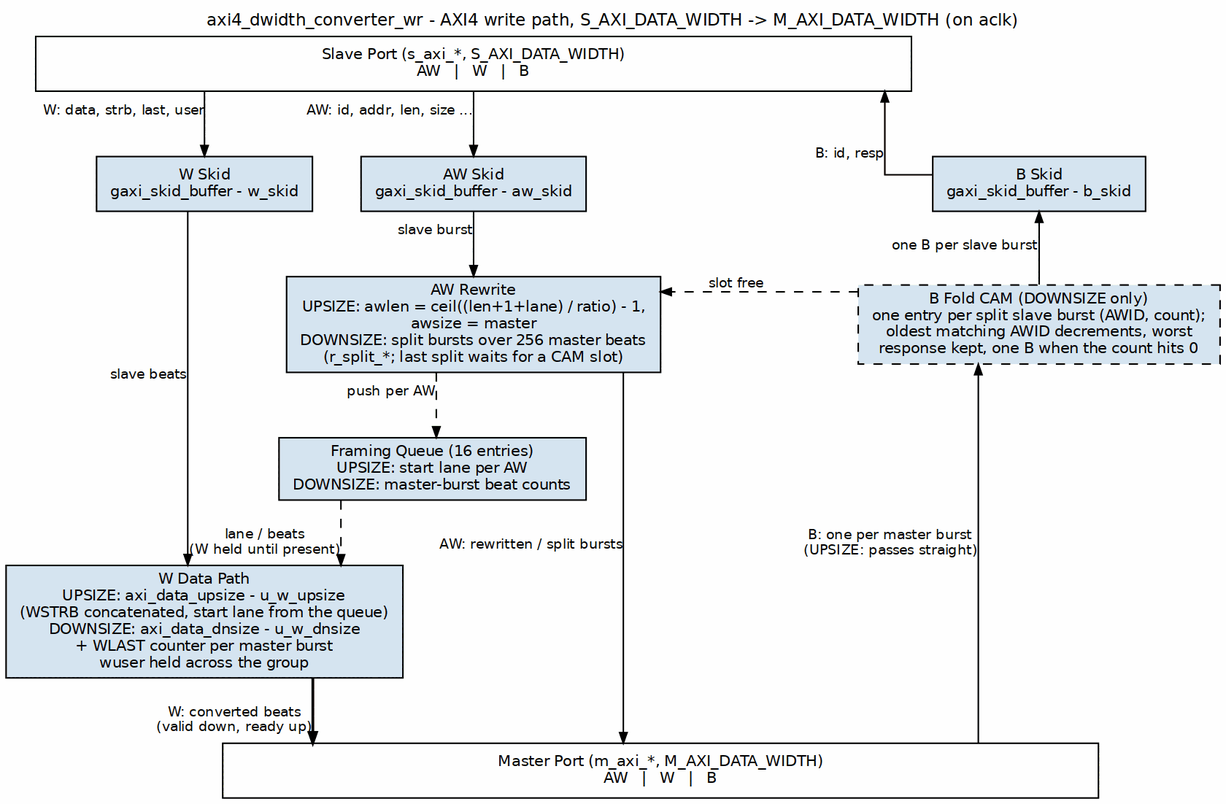
Before: projects/components/utility-ip/converters/docs/converter_mas/assets/graphviz/axi4_dwidth_converter_wr.png, a diagram exported from Graphviz (sean-galloway/RTLDesignSherpa). Its source is kept beside it as projects/components/utility-ip/converters/docs/converter_mas/assets/graphviz/axi4_dwidth_converter_wr.dot. Its diagram source:
```dot
digraph axi4_dwidth_converter_wr {
    graph [rankdir=TB, bgcolor="white", fontname="Helvetica", fontsize=11,
           nodesep="0.45", ranksep="0.60", splines=ortho, newrank=true,
           labelloc=t, labeljust=c];
    node  [fontname="Helvetica", fontsize=10, shape=box, style=filled,
           fillcolor="#D6E4F0", color="black", margin="0.12,0.06"];
    edge  [fontname="Helvetica", fontsize=9, color="black", arrowsize=0.7];
    label="axi4_dwidth_converter_wr - AXI4 write path, S_AXI_DATA_WIDTH -> M_AXI_DATA_WIDTH (on aclk)";

    s   [label="Slave Port (s_axi_*, S_AXI_DATA_WIDTH)\nAW   |   W   |   B", fillcolor="white", width=8.0];

    wsk [label="W Skid\ngaxi_skid_buffer - w_skid", group=W];
    ask [label="AW Skid\ngaxi_skid_buffer - aw_skid", group=A];
    bsk [label="B Skid\ngaxi_skid_buffer - b_skid", group=B];

    aw  [label="AW Rewrite\nUPSIZE: awlen = ceil((len+1+lane) / ratio) - 1,\nawsize = master\nDOWNSIZE: split bursts over 256 master beats\n(r_split_*; last split waits for a CAM slot)", group=A];
    q   [label="Framing Queue (16 entries)\nUPSIZE: start lane per AW\nDOWNSIZE: master-burst beat counts", group=Q];
    w   [label="W Data Path\nUPSIZE: axi_data_upsize - u_w_upsize\n(WSTRB concatenated, start lane from the queue)\nDOWNSIZE: axi_data_dnsize - u_w_dnsize\n+ WLAST counter per master burst\nwuser held across the group", group=W];
    cam [label="B Fold CAM (DOWNSIZE only)\none entry per split slave burst (AWID, count);\noldest matching AWID decrements, worst\nresponse kept, one B when the count hits 0", style="filled,dashed", group=B];

    m   [label="Master Port (m_axi_*, M_AXI_DATA_WIDTH)\nAW   |   W   |   B", fillcolor="white", width=8.0];

    s   -> wsk [xlabel="W: data, strb, last, user"];
    wsk -> w   [xlabel="slave beats"];
    w   -> m   [xlabel="W: converted beats\n(valid down, ready up)", penwidth=1.8];

    s   -> ask [xlabel="AW: id, addr, len, size ..."];
    ask -> aw  [xlabel="slave burst"];
    aw  -> m   [xlabel="AW: rewritten / split bursts"];
    aw  -> q   [style=dashed, xlabel="push per AW"];
    q   -> w   [style=dashed, xlabel="lane / beats\n(W held until present)"];

    s   -> bsk [dir=back, xlabel="B: id, resp"];
    bsk -> cam [dir=back, xlabel="one B per slave burst"];
    cam -> m   [dir=back, xlabel="B: one per master burst\n(UPSIZE: passes straight)"];
    cam -> aw  [style=dashed, constraint=false, xlabel="slot free"];

    { rank=same; wsk; ask; bsk; }
    sp [label="", width=0.9, style=invis];
    { rank=same; aw; sp; cam; }
    aw -> sp -> cam [style=invis];
    wsk -> ask -> bsk [style=invis];
}
```
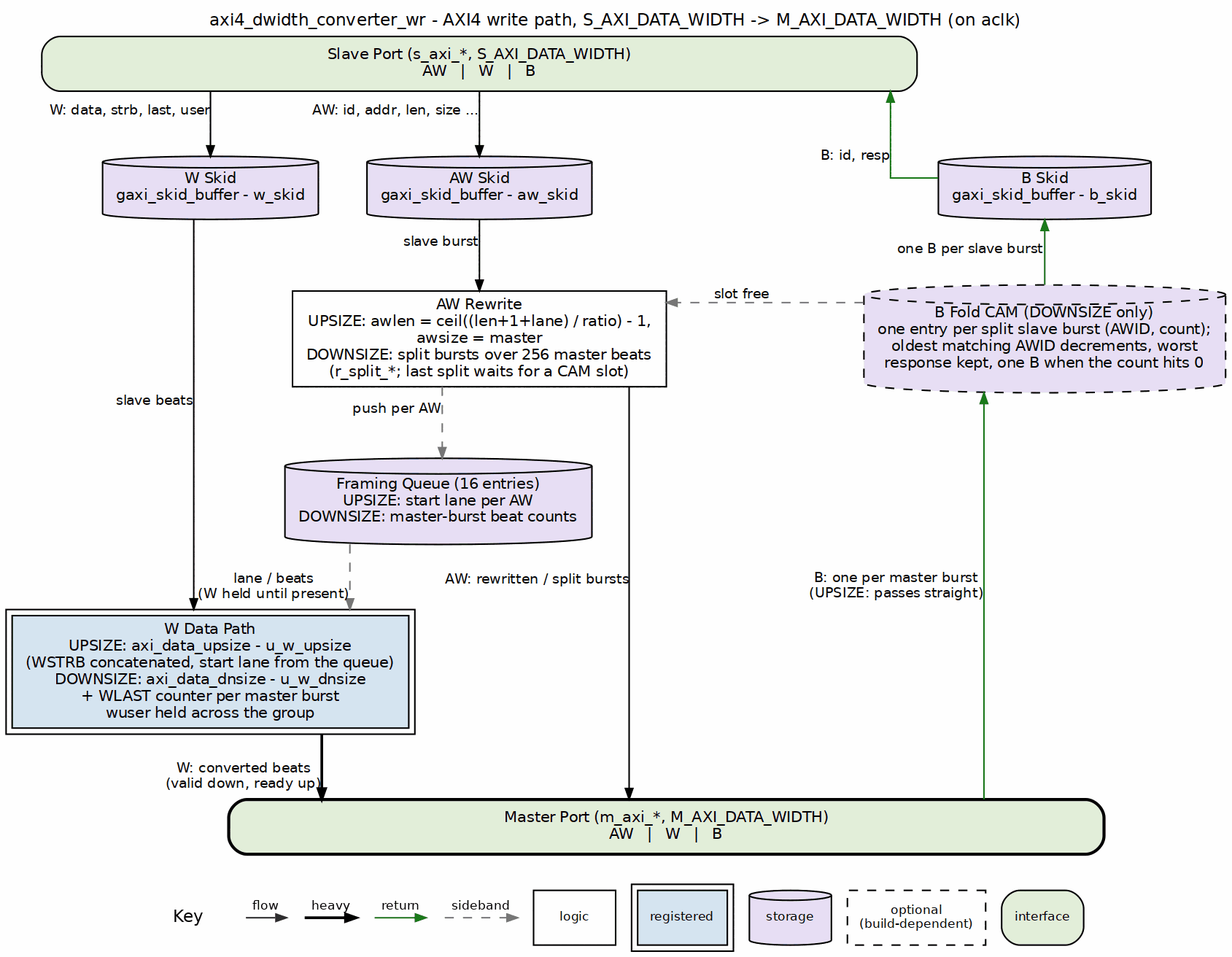
After the commit.

The edit, as a diff of the source:
```diff
@@ -3,22 +3,22 @@
            nodesep="0.45", ranksep="0.60", splines=ortho, newrank=true,
            labelloc=t, labeljust=c];
     node  [fontname="Helvetica", fontsize=10, shape=box, style=filled,
-           fillcolor="#D6E4F0", color="black", margin="0.12,0.06"];
+           fillcolor="white", color="black", margin="0.12,0.06"];
     edge  [fontname="Helvetica", fontsize=9, color="black", arrowsize=0.7];
     label="axi4_dwidth_converter_wr - AXI4 write path, S_AXI_DATA_WIDTH -> M_AXI_DATA_WIDTH (on aclk)";
 
-    s   [label="Slave Port (s_axi_*, S_AXI_DATA_WIDTH)\nAW   |   W   |   B", fillcolor="white", width=8.0];
+    s   [label="Slave Port (s_axi_*, S_AXI_DATA_WIDTH)\nAW   |   W   |   B", fillcolor="white", width=8.0, style="rounded,filled", fillcolor="#E2EFDA"];
 
-    wsk [label="W Skid\ngaxi_skid_buffer - w_skid", group=W];
-    ask [label="AW Skid\ngaxi_skid_buffer - aw_skid", group=A];
-    bsk [label="B Skid\ngaxi_skid_buffer - b_skid", group=B];
+    wsk [label="W Skid\ngaxi_skid_buffer - w_skid", group=W, shape=cylinder, style="filled", fillcolor="#E8DFF5"];
+    ask [label="AW Skid\ngaxi_skid_buffer - aw_skid", group=A, shape=cylinder, style="filled", fillcolor="#E8DFF5"];
+    bsk [label="B Skid\ngaxi_skid_buffer - b_skid", group=B, shape=cylinder, style="filled", fillcolor="#E8DFF5"];
 
-    aw  [label="AW Rewrite\nUPSIZE: awlen = ceil((len+1+lane) / ratio) - 1,\nawsize = master\nDOWNSIZE: split bursts over 256 master beats\n(r_split_*; last split waits for a CAM slot)", group=A];
-    q   [label="Framing Queue (16 entries)\nUPSIZE: start lane per AW\nDOWNSIZE: master-burst beat counts", group=Q];
-    w   [label="W Data Path\nUPSIZE: axi_data_upsize - u_w_upsize\n(WSTRB concatenated, start lane from the queue)\nDOWNSIZE: axi_data_dnsize - u_w_dnsize\n+ WLAST counter per master burst\nwuser held across the group", group=W];
-    cam [label="B Fold CAM (DOWNSIZE only)\none entry per split slave burst (AWID, count);\noldest matching AWID decrements, worst\nresponse kept, one B when the count hits 0", style="filled,dashed", group=B];
+    aw  [label="AW Rewrite\nUPSIZE: awlen = ceil((len+1+lane) / ratio) - 1,\nawsize = master\nDOWNSIZE: split bursts over 256 master beats\n(r_split_*; last split waits for a CAM slot)", group=A, style="filled", fillcolor="white"];
+    q   [label="Framing Queue (16 entries)\nUPSIZE: start lane per AW\nDOWNSIZE: master-burst beat counts", group=Q, shape=cylinder, style="filled", fillcolor="#E8DFF5"];
+    w   [label="W Data Path\nUPSIZE: axi_data_upsize - u_w_upsize\n(WSTRB concatenated, start lane from the queue)\nDOWNSIZE: axi_data_dnsize - u_w_dnsize\n+ WLAST counter per master burst\nwuser held across the group", group=W, peripheries=2, style="filled", fillcolor="#D6E4F0"];
+    cam [label="B Fold CAM (DOWNSIZE only)\none entry per split slave burst (AWID, count);\noldest matching AWID decrements, worst\nresponse kept, one B when the count hits 0", style="filled,dashed", group=B, shape=cylinder, style="filled,dashed", fillcolor="#E8DFF5"];
 
-    m   [label="Master Port (m_axi_*, M_AXI_DATA_WIDTH)\nAW   |   W   |   B", fillcolor="white", width=8.0];
+    m   [label="Master Port (m_axi_*, M_AXI_DATA_WIDTH)\nAW   |   W   |   B", fillcolor="white", width=8.0, style="rounded,filled,bold", fillcolor="#E2EFDA"];
 
     s   -> wsk [xlabel="W: data, strb, last, user"];
     wsk -> w   [xlabel="slave beats"];
@@ -27,13 +27,13 @@
     s   -> ask [xlabel="AW: id, addr, len, size ..."];
     ask -> aw  [xlabel="slave burst"];
     aw  -> m   [xlabel="AW: rewritten / split bursts"];
-    aw  -> q   [style=dashed, xlabel="push per AW"];
-    q   -> w   [style=dashed, xlabel="lane / beats\n(W held until present)"];
+    aw  -> q   [style=dashed, color="#777777", xlabel="push per AW"];
+    q   -> w   [style=dashed, color="#777777", xlabel="lane / beats\n(W held until present)"];
 
-    s   -> bsk [dir=back, xlabel="B: id, resp"];
-    bsk -> cam [dir=back, xlabel="one B per slave burst"];
-    cam -> m   [dir=back, xlabel="B: one per master burst\n(UPSIZE: passes straight)"];
-    cam -> aw  [style=dashed, constraint=false, xlabel="slot free"];
+    s   -> bsk [color="#1A7A1A", dir=back, xlabel="B: id, resp"];
+    bsk -> cam [color="#1A7A1A", dir=back, xlabel="one B per slave burst"];
+    cam -> m   [color="#1A7A1A", dir=back, xlabel="B: one per master burst\n(UPSIZE: passes straight)"];
+    cam -> aw  [style=dashed, color="#777777", constraint=false, xlabel="slot free"];
 
     { rank=same; wsk; ask; bsk; }
     sp [label="", width=0.9, style=invis];
```
